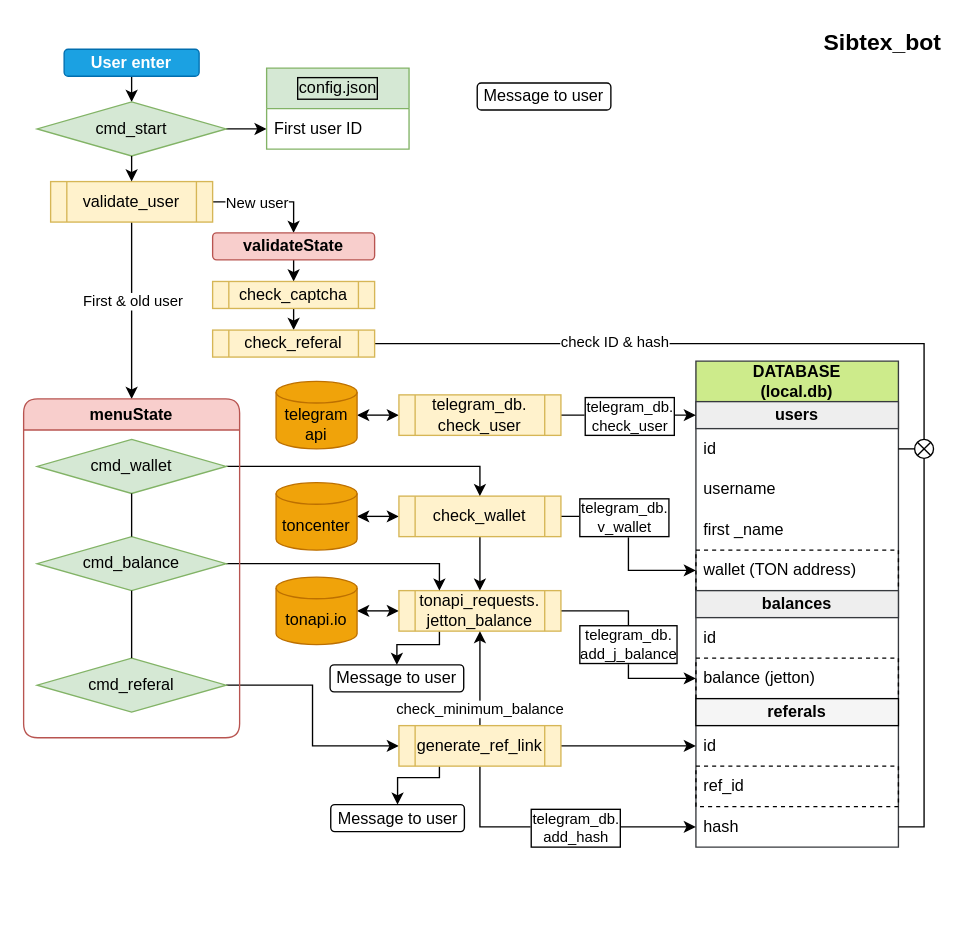
Earlier version of the draw.io diagram sibtex_bot.drawio (traptor/Sibton). Source tidied: cells renumbered, new cells numbered last; positions are measured from the earlier drawing's top-left corner, leaving out a move shared by most shapes. Both pictures are drawn from the tidied source at 135%, with x=0, y=0 at pixel (23, 23).
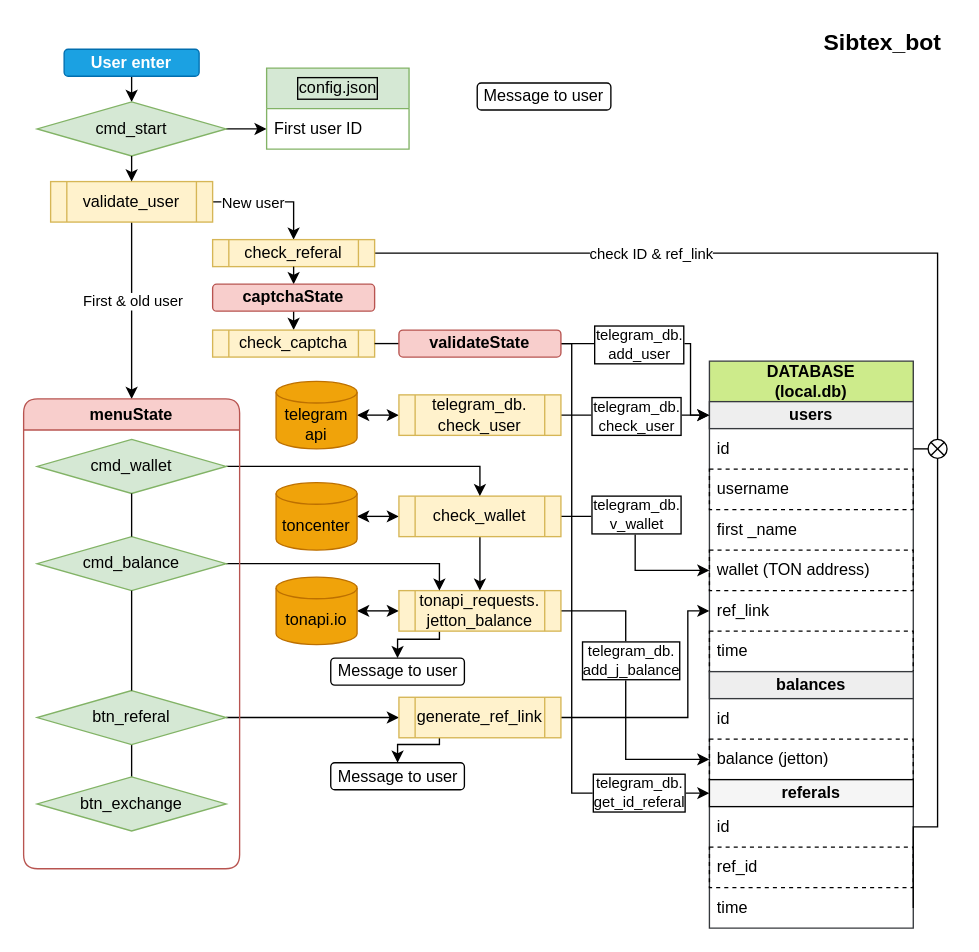
Above is the later version.

The change refers to these unchanged cells:
```xml
<mxCell id="25" value="tonapi_requests.&lt;br&gt;jetton_balance" style="shape=process;whiteSpace=wrap;html=1;backgroundOutline=1;fillColor=#fff2cc;strokeColor=#d6b656;" parent="1" vertex="1">
  <mxGeometry x="278" y="420" width="120" height="30" as="geometry" />
</mxCell>
<mxCell id="29" style="edgeStyle=orthogonalEdgeStyle;rounded=0;jettySize=auto;html=1;exitX=1;exitY=0.5;exitDx=0;exitDy=0;entryX=0;entryY=0.5;entryDx=0;entryDy=0;labelBorderColor=default;" parent="1" edge="1" source="31" target="10">
  <mxGeometry relative="1" as="geometry" />
</mxCell>
<mxCell id="36" value="check_wallet" style="shape=process;whiteSpace=wrap;html=1;backgroundOutline=1;fillColor=#fff2cc;strokeColor=#d6b656;" parent="1" vertex="1">
  <mxGeometry x="278" y="350" width="120" height="30" as="geometry" />
</mxCell>
<mxCell id="55" value="validate_user" style="shape=process;whiteSpace=wrap;html=1;backgroundOutline=1;labelBorderColor=none;strokeColor=#d6b656;fillColor=#fff2cc;" parent="1" vertex="1">
  <mxGeometry x="20" y="117" width="120" height="30" as="geometry" />
</mxCell>
```

What changed in the source:
```diff
@@
     <mxCell id="9" value="DATABASE&lt;br&gt;(local.db)" style="swimlane;fontStyle=1;horizontal=1;startSize=30;whiteSpace=wrap;html=1;fillColor=#cdeb8b;strokeColor=#36393d;" parent="1" vertex="1">
-      <mxGeometry x="498" y="250" width="150" height="360" as="geometry" />
+      <mxGeometry x="508" y="250" width="151" height="420" as="geometry" />
     </mxCell>
     <mxCell id="10" value="users" style="text;strokeColor=#36393d;fillColor=#eeeeee;align=center;verticalAlign=middle;spacingLeft=4;spacingRight=4;overflow=hidden;points=[[0,0.5],[1,0.5]];portConstraint=eastwest;whiteSpace=wrap;html=1;fontStyle=1;" parent="9" vertex="1">
-      <mxGeometry y="30" width="150" height="20" as="geometry" />
+      <mxGeometry y="30" width="151" height="20" as="geometry" />
     </mxCell>
-    <mxCell id="11" value="id" style="text;strokeColor=none;fillColor=none;align=left;verticalAlign=middle;spacingLeft=4;spacingRight=4;overflow=hidden;points=[[0,0.5],[1,0.5]];portConstraint=eastwest;whiteSpace=wrap;html=1;fontColor=#000000;" parent="9" vertex="1">
-      <mxGeometry y="50" width="150" height="30" as="geometry" />
+    <mxCell id="11" value="id" style="text;strokeColor=none;fillColor=none;align=left;verticalAlign=middle;spacingLeft=4;spacingRight=4;overflow=hidden;points=[[0,0.5],[1,0.5]];portConstraint=eastwest;whiteSpace=wrap;html=1;fontColor=#000000;dashed=1;" parent="9" vertex="1">
+      <mxGeometry y="50" width="151" height="30" as="geometry" />
     </mxCell>
-    <mxCell id="12" value="username" style="text;strokeColor=none;fillColor=none;align=left;verticalAlign=middle;spacingLeft=4;spacingRight=4;overflow=hidden;whiteSpace=wrap;html=1;fontColor=#000000;" parent="9" vertex="1">
-      <mxGeometry y="80" width="150" height="30" as="geometry" />
+    <mxCell id="12" value="username" style="text;strokeColor=default;fillColor=none;align=left;verticalAlign=middle;spacingLeft=4;spacingRight=4;overflow=hidden;whiteSpace=wrap;html=1;fontColor=#000000;dashed=1;" parent="9" vertex="1">
+      <mxGeometry y="80" width="151" height="30" as="geometry" />
     </mxCell>
-    <mxCell id="13" value="first _name" style="text;strokeColor=none;fillColor=none;align=left;verticalAlign=middle;spacingLeft=4;spacingRight=4;overflow=hidden;whiteSpace=wrap;html=1;fontColor=#000000;" parent="9" vertex="1">
-      <mxGeometry y="110" width="150" height="30" as="geometry" />
+    <mxCell id="13" value="first _name" style="text;strokeColor=none;fillColor=none;align=left;verticalAlign=middle;spacingLeft=4;spacingRight=4;overflow=hidden;whiteSpace=wrap;html=1;fontColor=#000000;dashed=1;" parent="9" vertex="1">
+      <mxGeometry y="110" width="151" height="30" as="geometry" />
     </mxCell>
     <mxCell id="14" value="wallet (TON address)" style="text;strokeColor=default;fillColor=none;align=left;verticalAlign=middle;spacingLeft=4;spacingRight=4;overflow=hidden;points=[[0,0.5],[1,0.5]];portConstraint=eastwest;whiteSpace=wrap;html=1;fontColor=#000000;labelBackgroundColor=none;labelBorderColor=none;shadow=0;dashed=1;" parent="9" vertex="1">
-      <mxGeometry y="140" width="150" height="30" as="geometry" />
+      <mxGeometry y="140" width="151" height="30" as="geometry" />
     </mxCell>
+    <mxCell id="73" value="ref_link" style="text;strokeColor=none;fillColor=none;align=left;verticalAlign=middle;spacingLeft=4;spacingRight=4;overflow=hidden;points=[[0,0.5],[1,0.5]];portConstraint=eastwest;whiteSpace=wrap;html=1;fontColor=#000000;labelBackgroundColor=none;labelBorderColor=none;shadow=0;dashed=1;" parent="9" vertex="1">
+      <mxGeometry y="170" width="151" height="30" as="geometry" />
+    </mxCell>
+    <mxCell id="74" value="time" style="text;strokeColor=default;fillColor=none;align=left;verticalAlign=middle;spacingLeft=4;spacingRight=4;overflow=hidden;whiteSpace=wrap;html=1;fontColor=#000000;labelBackgroundColor=none;labelBorderColor=none;shadow=0;dashed=1;" parent="9" vertex="1">
+      <mxGeometry y="200" width="151" height="30" as="geometry" />
+    </mxCell>
     <mxCell id="15" value="balances" style="text;strokeColor=#36393d;fillColor=#eeeeee;align=center;verticalAlign=middle;spacingLeft=4;spacingRight=4;overflow=hidden;whiteSpace=wrap;html=1;fontStyle=1;" parent="9" vertex="1">
-      <mxGeometry y="170" width="150" height="20" as="geometry" />
+      <mxGeometry y="230" width="151" height="20" as="geometry" />
     </mxCell>
     <mxCell id="16" value="id" style="text;strokeColor=none;fillColor=none;align=left;verticalAlign=middle;spacingLeft=4;spacingRight=4;overflow=hidden;whiteSpace=wrap;html=1;fontColor=#000000;" parent="9" vertex="1">
-      <mxGeometry y="190" width="150" height="30" as="geometry" />
+      <mxGeometry y="250" width="151" height="30" as="geometry" />
     </mxCell>
     <mxCell id="17" value="balance (jetton)" style="text;strokeColor=default;fillColor=none;align=left;verticalAlign=middle;spacingLeft=4;spacingRight=4;overflow=hidden;points=[[0,0.5],[1,0.5]];portConstraint=eastwest;whiteSpace=wrap;html=1;fontColor=#000000;dashed=1;" parent="9" vertex="1">
-      <mxGeometry y="220" width="150" height="30" as="geometry" />
+      <mxGeometry y="280" width="151" height="30" as="geometry" />
     </mxCell>
     <mxCell id="18" value="&lt;font color=&quot;#000000&quot;&gt;referals&lt;/font&gt;" style="text;strokeColor=#000000;fillColor=#f5f5f5;align=center;verticalAlign=middle;spacingLeft=4;spacingRight=4;overflow=hidden;points=[[0,0.5],[1,0.5]];portConstraint=eastwest;whiteSpace=wrap;html=1;fontColor=#333333;fontStyle=1;gradientColor=none;" parent="9" vertex="1">
-      <mxGeometry y="250" width="150" height="20" as="geometry" />
+      <mxGeometry y="310" width="151" height="20" as="geometry" />
     </mxCell>
     <mxCell id="19" value="id" style="text;strokeColor=none;fillColor=none;align=left;verticalAlign=middle;spacingLeft=4;spacingRight=4;overflow=hidden;points=[[0,0.5],[1,0.5]];portConstraint=eastwest;whiteSpace=wrap;html=1;fontColor=#000000;dashed=1;" parent="9" vertex="1">
-      <mxGeometry y="270" width="150" height="30" as="geometry" />
+      <mxGeometry y="330" width="151" height="30" as="geometry" />
     </mxCell>
     <mxCell id="20" value="ref_id" style="text;strokeColor=default;fillColor=none;align=left;verticalAlign=middle;spacingLeft=4;spacingRight=4;overflow=hidden;whiteSpace=wrap;html=1;fontColor=#000000;dashed=1;" parent="9" vertex="1">
-      <mxGeometry y="300" width="150" height="30" as="geometry" />
+      <mxGeometry y="360" width="151" height="30" as="geometry" />
     </mxCell>
-    <mxCell id="21" value="hash" style="text;strokeColor=none;fillColor=none;align=left;verticalAlign=middle;spacingLeft=4;spacingRight=4;overflow=hidden;points=[[0,0.5],[1,0.5]];portConstraint=eastwest;whiteSpace=wrap;html=1;fontColor=#000000;dashed=1;" parent="9" vertex="1">
-      <mxGeometry y="330" width="150" height="30" as="geometry" />
+    <mxCell id="21" value="time" style="text;strokeColor=none;fillColor=none;align=left;verticalAlign=middle;spacingLeft=4;spacingRight=4;overflow=hidden;points=[[0,0.5],[1,0.5]];portConstraint=eastwest;whiteSpace=wrap;html=1;fontColor=#000000;dashed=1;" parent="9" vertex="1">
+      <mxGeometry y="390" width="151" height="30" as="geometry" />
     </mxCell>
     <mxCell id="22" value="telegram_db.&lt;br&gt;add_j_balance" style="edgeStyle=orthogonalEdgeStyle;rounded=0;jettySize=auto;html=1;exitX=1;exitY=0.5;exitDx=0;exitDy=0;entryX=0;entryY=0.5;entryDx=0;entryDy=0;verticalAlign=middle;labelBorderColor=default;" parent="1" edge="1" source="25" target="17">
-      <mxGeometry relative="1" as="geometry" />
+      <mxGeometry x="-0.23" y="4" relative="1" as="geometry">
+        <Array as="points">
+          <mxPoint x="446" y="435" />
+          <mxPoint x="446" y="545" />
+        </Array>
+      </mxGeometry>
     </mxCell>
@@
     <mxCell id="24" style="edgeStyle=orthogonalEdgeStyle;rounded=0;jettySize=auto;html=1;exitX=0.25;exitY=1;exitDx=0;exitDy=0;entryX=0.5;entryY=0;entryDx=0;entryDy=0;endArrow=classic;endFill=1;" parent="1" edge="1" source="25" target="48">
       <mxGeometry relative="1" as="geometry">
         <Array as="points">
-          <mxPoint x="308" y="460" />
-          <mxPoint x="277" y="460" />
+          <mxPoint x="308" y="456" />
+          <mxPoint x="277" y="456" />
         </Array>
       </mxGeometry>
     </mxCell>
@@
     <mxCell id="30" value="telegram_db.&lt;br&gt;check_user" style="edgeLabel;html=1;align=center;verticalAlign=middle;labelBorderColor=default;" parent="29" vertex="1">
       <mxGeometry x="0.28" relative="1" as="geometry">
-        <mxPoint x="-14" as="offset" />
+        <mxPoint x="-15" as="offset" />
       </mxGeometry>
     </mxCell>
@@
     <mxCell id="32" style="edgeStyle=orthogonalEdgeStyle;rounded=0;jettySize=auto;html=1;exitX=1;exitY=0.5;exitDx=0;exitDy=0;entryX=0;entryY=0.5;entryDx=0;entryDy=0;align=center;" parent="1" edge="1" source="36" target="14">
-      <mxGeometry relative="1" as="geometry" />
+      <mxGeometry relative="1" as="geometry">
+        <Array as="points">
+          <mxPoint x="453" y="365" />
+          <mxPoint x="453" y="405" />
+        </Array>
+      </mxGeometry>
     </mxCell>
     <mxCell id="33" value="telegram_db.&lt;br&gt;v_wallet" style="edgeLabel;html=1;align=center;verticalAlign=middle;labelBorderColor=default;" parent="32" vertex="1">
       <mxGeometry x="-0.22" relative="1" as="geometry">
-        <mxPoint x="-4" y="-5" as="offset" />
+        <mxPoint y="-6" as="offset" />
       </mxGeometry>
     </mxCell>
@@
-    <mxCell id="41" style="edgeStyle=orthogonalEdgeStyle;rounded=0;jettySize=auto;html=1;exitX=0.5;exitY=0;exitDx=0;exitDy=0;entryX=0.5;entryY=1;entryDx=0;entryDy=0;endArrow=classic;endFill=1;" parent="1" edge="1" source="47" target="25">
-      <mxGeometry relative="1" as="geometry" />
-    </mxCell>
-    <mxCell id="42" value="check_minimum_balance" style="edgeLabel;html=1;align=center;verticalAlign=middle;" parent="41" vertex="1">
-      <mxGeometry x="0.36" y="3" relative="1" as="geometry">
-        <mxPoint x="2" y="35" as="offset" />
-      </mxGeometry>
-    </mxCell>
-    <mxCell id="43" style="edgeStyle=orthogonalEdgeStyle;rounded=0;jettySize=auto;html=1;exitX=0.25;exitY=1;exitDx=0;exitDy=0;entryX=0.5;entryY=0;entryDx=0;entryDy=0;endArrow=classic;endFill=1;" parent="1" edge="1" source="47" target="49">
+    <mxCell id="43" style="edgeStyle=orthogonalEdgeStyle;rounded=0;jettySize=auto;html=1;exitX=0.25;exitY=1;exitDx=0;exitDy=0;entryX=0.5;entryY=0;entryDx=0;entryDy=0;endArrow=classic;endFill=1;" parent="1" edge="1" target="49">
       <mxGeometry relative="1" as="geometry">
+        <mxPoint x="308" y="527" as="sourcePoint" />
         <Array as="points">
-          <mxPoint x="308.5" y="558.5" />
-          <mxPoint x="277.5" y="558.5" />
+          <mxPoint x="308" y="534" />
+          <mxPoint x="277" y="534" />
         </Array>
       </mxGeometry>
     </mxCell>
-    <mxCell id="44" style="edgeStyle=orthogonalEdgeStyle;rounded=0;jettySize=auto;html=1;exitX=0.5;exitY=1;exitDx=0;exitDy=0;entryX=0;entryY=0.5;entryDx=0;entryDy=0;endArrow=classic;endFill=1;" parent="1" edge="1" source="47" target="21">
+    <mxCell id="44" style="edgeStyle=orthogonalEdgeStyle;rounded=0;jettySize=auto;html=1;entryX=0;entryY=0.5;entryDx=0;entryDy=0;endArrow=classic;endFill=1;exitX=1;exitY=0.5;exitDx=0;exitDy=0;" parent="1" edge="1" source="58" target="18">
       <mxGeometry relative="1" as="geometry">
         <Array as="points">
-          <mxPoint x="338" y="595" />
+          <mxPoint x="406" y="237" />
+          <mxPoint x="406" y="570" />
         </Array>
       </mxGeometry>
     </mxCell>
-    <mxCell id="45" value="telegram_db.&lt;br style=&quot;border-color: var(--border-color);&quot;&gt;add_hash" style="edgeLabel;html=1;align=center;verticalAlign=middle;labelBorderColor=default;" parent="44" vertex="1">
-      <mxGeometry x="0.14" y="2" relative="1" as="geometry">
-        <mxPoint x="-2" y="2" as="offset" />
-      </mxGeometry>
-    </mxCell>
+    <mxCell id="75" value="telegram_db.&lt;br&gt;get_id_referal" style="edgeLabel;html=1;align=center;verticalAlign=middle;labelBorderColor=default;" parent="44" vertex="1">
+      <mxGeometry x="0.68" y="2" relative="1" as="geometry">
+        <mxPoint x="18" y="1" as="offset" />
+      </mxGeometry>
+    </mxCell>
-    <mxCell id="46" style="edgeStyle=orthogonalEdgeStyle;rounded=0;jettySize=auto;html=1;exitX=1;exitY=0.5;exitDx=0;exitDy=0;entryX=0;entryY=0.5;entryDx=0;entryDy=0;endArrow=classic;endFill=1;" parent="1" edge="1" source="47" target="19">
-      <mxGeometry relative="1" as="geometry" />
+    <mxCell id="46" style="edgeStyle=orthogonalEdgeStyle;rounded=0;jettySize=auto;html=1;exitX=1;exitY=0.5;exitDx=0;exitDy=0;entryX=0;entryY=0.5;entryDx=0;entryDy=0;endArrow=classic;endFill=1;" parent="1" edge="1" source="47" target="73">
+      <mxGeometry relative="1" as="geometry">
+        <Array as="points">
+          <mxPoint x="492" y="514" />
+          <mxPoint x="492" y="435" />
+        </Array>
+      </mxGeometry>
     </mxCell>
     <mxCell id="47" value="generate_ref_link" style="shape=process;whiteSpace=wrap;html=1;backgroundOutline=1;fillColor=#fff2cc;strokeColor=#d6b656;" parent="1" vertex="1">
-      <mxGeometry x="278" y="520" width="120" height="30" as="geometry" />
+      <mxGeometry x="278" y="499" width="120" height="30" as="geometry" />
     </mxCell>
     <mxCell id="48" value="Message to user" style="rounded=1;whiteSpace=wrap;html=1;strokeColor=#000000;gradientColor=none;" parent="1" vertex="1">
-      <mxGeometry x="227" y="475" width="99" height="20" as="geometry" />
+      <mxGeometry x="227.5" y="470" width="99" height="20" as="geometry" />
     </mxCell>
     <mxCell id="49" value="Message to user" style="rounded=1;whiteSpace=wrap;html=1;strokeColor=#000000;gradientColor=none;" parent="1" vertex="1">
-      <mxGeometry x="227.5" y="578.5" width="99" height="20" as="geometry" />
+      <mxGeometry x="227.5" y="547.5" width="99" height="20" as="geometry" />
     </mxCell>
@@
-    <mxCell id="53" style="edgeStyle=orthogonalEdgeStyle;rounded=0;jettySize=auto;html=1;exitX=1;exitY=0.5;exitDx=0;exitDy=0;entryX=0.5;entryY=0;entryDx=0;entryDy=0;" parent="1" edge="1" source="55" target="58">
+    <mxCell id="53" style="edgeStyle=orthogonalEdgeStyle;rounded=0;jettySize=auto;html=1;exitX=1;exitY=0.5;exitDx=0;exitDy=0;entryX=0.5;entryY=0;entryDx=0;entryDy=0;" parent="1" edge="1" source="55" target="71">
       <mxGeometry relative="1" as="geometry" />
     </mxCell>
     <mxCell id="54" value="New user" style="edgeLabel;html=1;align=center;verticalAlign=middle;" parent="53" vertex="1">
       <mxGeometry x="0.13" relative="1" as="geometry">
-        <mxPoint x="-15" as="offset" />
+        <mxPoint x="-21" as="offset" />
       </mxGeometry>
     </mxCell>
@@
-    <mxCell id="57" style="edgeStyle=orthogonalEdgeStyle;rounded=0;jettySize=auto;html=1;exitX=0.5;exitY=1;exitDx=0;exitDy=0;entryX=0.5;entryY=0;entryDx=0;entryDy=0;" parent="1" edge="1" source="58" target="71">
-      <mxGeometry relative="1" as="geometry" />
-    </mxCell>
-    <mxCell id="58" value="&lt;b&gt;validateState&lt;/b&gt;" style="rounded=1;whiteSpace=wrap;html=1;fillColor=#f8cecc;strokeColor=#b85450;glass=0;shadow=0;" parent="1" vertex="1">
-      <mxGeometry x="140" y="155" width="120" height="20" as="geometry" />
-    </mxCell>
     <mxCell id="59" style="edgeStyle=orthogonalEdgeStyle;rounded=0;jettySize=auto;html=1;exitX=1;exitY=0.5;exitDx=0;exitDy=0;endArrow=none;endFill=0;entryX=0.5;entryY=1;entryDx=0;entryDy=0;" parent="1" edge="1" source="21" target="62">
       <mxGeometry relative="1" as="geometry">
         <Array as="points">
-          <mxPoint x="667" y="595" />
+          <mxPoint x="677" y="595" />
         </Array>
       </mxGeometry>
     </mxCell>
-    <mxCell id="60" style="edgeStyle=elbowEdgeStyle;rounded=0;jettySize=auto;html=1;exitX=0.5;exitY=0;exitDx=0;exitDy=0;endArrow=none;endFill=0;entryX=1;entryY=0.5;entryDx=0;entryDy=0;" parent="1" edge="1" source="62" target="72">
+    <mxCell id="60" style="edgeStyle=elbowEdgeStyle;rounded=0;jettySize=auto;html=1;exitX=0.5;exitY=0;exitDx=0;exitDy=0;endArrow=none;endFill=0;entryX=1;entryY=0.5;entryDx=0;entryDy=0;" parent="1" edge="1" source="62" target="71">
       <mxGeometry relative="1" as="geometry">
         <Array as="points">
-          <mxPoint x="667" y="238" />
+          <mxPoint x="677" y="256" />
         </Array>
       </mxGeometry>
     </mxCell>
-    <mxCell id="61" value="check ID &amp;amp; hash" style="edgeLabel;html=1;align=center;verticalAlign=middle;" parent="60" vertex="1">
-      <mxGeometry x="0.26" y="-2" relative="1" as="geometry" />
+    <mxCell id="61" value="check ID &amp;amp; ref_link" style="edgeLabel;html=1;align=center;verticalAlign=middle;" parent="60" vertex="1">
+      <mxGeometry x="0.26" y="-2" relative="1" as="geometry">
+        <mxPoint x="-1" y="2" as="offset" />
+      </mxGeometry>
     </mxCell>
     <mxCell id="62" style="shape=sumEllipse;perimeter=ellipsePerimeter;whiteSpace=wrap;html=1;backgroundOutline=1;" parent="1" vertex="1">
-      <mxGeometry x="660" y="308" width="14" height="14" as="geometry" />
+      <mxGeometry x="670" y="308" width="14" height="14" as="geometry" />
     </mxCell>
-    <mxCell id="63" style="edgeStyle=elbowEdgeStyle;rounded=0;jettySize=auto;html=1;exitX=1;exitY=0.5;exitDx=0;exitDy=0;entryX=0;entryY=0.5;entryDx=0;entryDy=0;endArrow=none;endFill=0;" parent="1" edge="1" source="11" target="62">
-      <mxGeometry relative="1" as="geometry" />
+    <mxCell id="63" style="edgeStyle=elbowEdgeStyle;rounded=0;jettySize=auto;html=1;exitX=1;exitY=0.5;exitDx=0;exitDy=0;endArrow=none;endFill=0;" parent="1" edge="1" source="11">
+      <mxGeometry relative="1" as="geometry">
+        <mxPoint x="670" y="315" as="targetPoint" />
+      </mxGeometry>
     </mxCell>
     <mxCell id="64" value="menuState" style="swimlane;whiteSpace=wrap;html=1;fillColor=#f8cecc;strokeColor=#b85450;rounded=1;" parent="1" vertex="1">
-      <mxGeometry y="278" width="160" height="251" as="geometry" />
+      <mxGeometry y="278" width="160" height="348" as="geometry" />
     </mxCell>
@@
+    <mxCell id="76" style="edgeStyle=orthogonalEdgeStyle;rounded=0;jettySize=auto;html=1;exitX=0.5;exitY=1;exitDx=0;exitDy=0;entryX=0.5;entryY=0;entryDx=0;entryDy=0;endArrow=none;endFill=0;" parent="64" edge="1" source="68" target="77">
+      <mxGeometry relative="1" as="geometry" />
+    </mxCell>
-    <mxCell id="68" value="cmd_referal" style="rhombus;whiteSpace=wrap;html=1;labelBackgroundColor=none;labelBorderColor=none;fillColor=#d5e8d4;strokeColor=#82b366;" parent="64" vertex="1">
-      <mxGeometry x="10" y="192" width="140" height="40" as="geometry" />
+    <mxCell id="68" value="btn_referal" style="rhombus;whiteSpace=wrap;html=1;labelBackgroundColor=none;labelBorderColor=none;fillColor=#d5e8d4;strokeColor=#82b366;" parent="64" vertex="1">
+      <mxGeometry x="10" y="216" width="140" height="40" as="geometry" />
     </mxCell>
@@
+    <mxCell id="77" value="btn_exchange" style="rhombus;whiteSpace=wrap;html=1;labelBackgroundColor=none;labelBorderColor=none;fillColor=#d5e8d4;strokeColor=#82b366;" parent="64" vertex="1">
+      <mxGeometry x="10" y="280" width="140" height="40" as="geometry" />
+    </mxCell>
-    <mxCell id="70" style="edgeStyle=orthogonalEdgeStyle;rounded=0;jettySize=auto;html=1;exitX=0.5;exitY=1;exitDx=0;exitDy=0;entryX=0.5;entryY=0;entryDx=0;entryDy=0;" parent="1" edge="1" source="71" target="72">
+    <mxCell id="70" style="edgeStyle=orthogonalEdgeStyle;rounded=0;jettySize=auto;html=1;exitX=0.5;exitY=1;exitDx=0;exitDy=0;entryX=0.5;entryY=0;entryDx=0;entryDy=0;startArrow=none;" parent="1" edge="1" source="80" target="72">
       <mxGeometry relative="1" as="geometry" />
     </mxCell>
-    <mxCell id="71" value="check_captcha" style="shape=process;whiteSpace=wrap;html=1;backgroundOutline=1;labelBorderColor=none;strokeColor=#d6b656;fillColor=#fff2cc;" parent="1" vertex="1">
-      <mxGeometry x="140" y="191" width="120" height="20" as="geometry" />
+    <mxCell id="71" value="check_referal" style="shape=process;whiteSpace=wrap;html=1;backgroundOutline=1;labelBorderColor=none;strokeColor=#d6b656;fillColor=#fff2cc;" parent="1" vertex="1">
+      <mxGeometry x="140" y="160" width="120" height="20" as="geometry" />
     </mxCell>
+    <mxCell id="78" style="edgeStyle=orthogonalEdgeStyle;rounded=0;jettySize=auto;html=1;exitX=1;exitY=0.5;exitDx=0;exitDy=0;entryX=0;entryY=0.5;entryDx=0;entryDy=0;startArrow=none;" parent="1" edge="1" source="58" target="10">
+      <mxGeometry relative="1" as="geometry">
+        <Array as="points">
+          <mxPoint x="494" y="237" />
+          <mxPoint x="494" y="290" />
+        </Array>
+      </mxGeometry>
+    </mxCell>
-    <mxCell id="72" value="check_referal" style="shape=process;whiteSpace=wrap;html=1;backgroundOutline=1;labelBorderColor=none;strokeColor=#d6b656;fillColor=#fff2cc;" parent="1" vertex="1">
+    <mxCell id="72" value="check_captcha" style="shape=process;whiteSpace=wrap;html=1;backgroundOutline=1;labelBorderColor=none;strokeColor=#d6b656;fillColor=#fff2cc;" parent="1" vertex="1">
       <mxGeometry x="140" y="227" width="120" height="20" as="geometry" />
     </mxCell>
+    <mxCell id="79" style="edgeStyle=orthogonalEdgeStyle;rounded=0;jettySize=auto;html=1;exitX=0.5;exitY=1;exitDx=0;exitDy=0;entryX=0.5;entryY=0;entryDx=0;entryDy=0;endArrow=classic;endFill=1;" parent="1" edge="1" source="71" target="80">
+      <mxGeometry relative="1" as="geometry" />
+    </mxCell>
+    <mxCell id="80" value="&lt;b style=&quot;border-color: var(--border-color);&quot;&gt;captchaState&lt;/b&gt;" style="rounded=1;whiteSpace=wrap;html=1;fillColor=#f8cecc;strokeColor=#b85450;glass=0;shadow=0;" parent="1" vertex="1">
+      <mxGeometry x="140" y="193" width="120" height="20" as="geometry" />
+    </mxCell>
+    <mxCell id="81" style="edgeStyle=orthogonalEdgeStyle;rounded=0;jettySize=auto;html=1;exitX=1;exitY=0.5;exitDx=0;exitDy=0;entryX=0;entryY=0.5;entryDx=0;entryDy=0;endArrow=none;" parent="1" edge="1" source="72" target="58">
+      <mxGeometry relative="1" as="geometry" />
+    </mxCell>
+    <mxCell id="82" value="telegram_db.&lt;br&gt;add_user" style="edgeLabel;html=1;align=center;verticalAlign=middle;labelBorderColor=default;" parent="81" vertex="1">
+      <mxGeometry x="-0.34" relative="1" as="geometry">
+        <mxPoint x="189" as="offset" />
+      </mxGeometry>
+    </mxCell>
+    <mxCell id="58" value="&lt;b&gt;validateState&lt;/b&gt;" style="rounded=1;whiteSpace=wrap;html=1;fillColor=#f8cecc;strokeColor=#b85450;glass=0;shadow=0;" parent="1" vertex="1">
+      <mxGeometry x="278" y="227" width="120" height="20" as="geometry" />
+    </mxCell>
```
